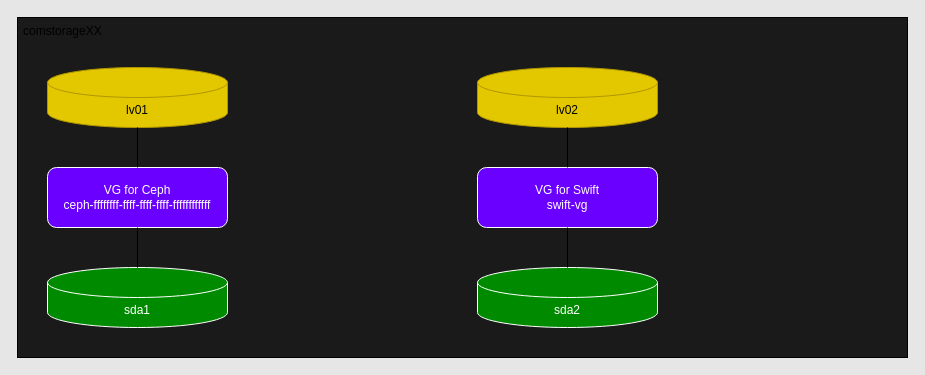
Earlier version of the draw.io diagram page "StrategyToIncreaseSizeOfDisk01" (2 of 4) of drawio/Diagrams.drawio (TsutomuNakamura/ipxe-boot). Source tidied: cells renumbered, new cells numbered last; positions are measured from the earlier drawing's top-left corner, leaving out a move shared by most shapes. Both pictures are drawn from the tidied source at 100%, with x=0, y=0 at pixel (17, 17).
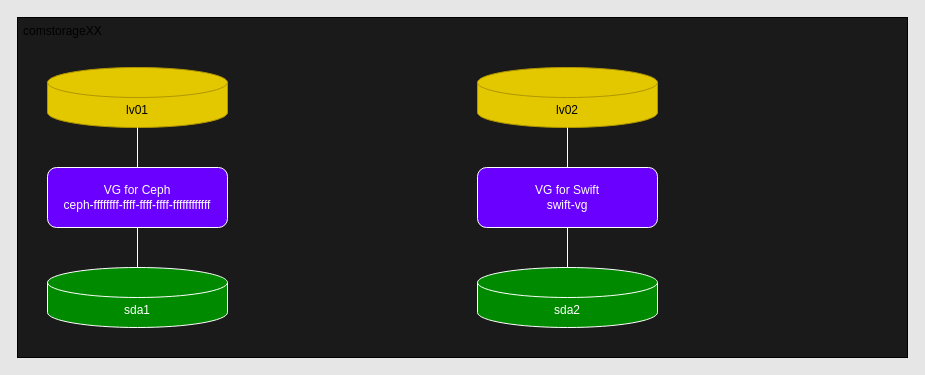
Above is the later version.

The edit, as a diff of the source:
```diff
@@
 <mxGraphModel background="#E6E6E6">
   <root>
     <mxCell id="0" />
     <mxCell id="1" parent="0" />
     <mxCell id="2" value="comstorageXX" style="rounded=0;whiteSpace=wrap;html=1;align=left;verticalAlign=top;spacingLeft=4;fillColor=#1A1A1A;" parent="1" vertex="1">
       <mxGeometry width="890" height="340" as="geometry" />
     </mxCell>
     <mxCell id="3" value="sda1" style="shape=cylinder3;whiteSpace=wrap;html=1;boundedLbl=1;backgroundOutline=1;size=15;fillColor=#008a00;fontColor=#ffffff;strokeColor=#FFFFFF;" parent="1" vertex="1">
       <mxGeometry x="30" y="250" width="180" height="60" as="geometry" />
     </mxCell>
     <mxCell id="4" value="VG for Ceph&lt;br&gt;ceph-ffffffff-ffff-ffff-ffff-ffffffffffff" style="rounded=1;whiteSpace=wrap;html=1;fillColor=#6a00ff;fontColor=#ffffff;strokeColor=#FFFFFF;" parent="1" vertex="1">
       <mxGeometry x="30" y="150" width="180" height="60" as="geometry" />
     </mxCell>
     <mxCell id="5" value="VG for Swift&lt;br&gt;swift-vg" style="rounded=1;whiteSpace=wrap;html=1;fillColor=#6a00ff;fontColor=#ffffff;strokeColor=#FFFFFF;" parent="1" vertex="1">
       <mxGeometry x="460" y="150" width="180" height="60" as="geometry" />
     </mxCell>
     <mxCell id="6" value="sda2" style="shape=cylinder3;whiteSpace=wrap;html=1;boundedLbl=1;backgroundOutline=1;size=15;fillColor=#008a00;fontColor=#ffffff;strokeColor=#FFFFFF;" parent="1" vertex="1">
       <mxGeometry x="460" y="250" width="180" height="60" as="geometry" />
     </mxCell>
     <mxCell id="7" value="lv01" style="shape=cylinder3;whiteSpace=wrap;html=1;boundedLbl=1;backgroundOutline=1;size=15;fillColor=#e3c800;fontColor=#000000;strokeColor=#B09500;" parent="1" vertex="1">
       <mxGeometry x="30" y="50" width="180" height="60" as="geometry" />
     </mxCell>
     <mxCell id="8" value="lv02" style="shape=cylinder3;whiteSpace=wrap;html=1;boundedLbl=1;backgroundOutline=1;size=15;fillColor=#e3c800;fontColor=#000000;strokeColor=#B09500;" parent="1" vertex="1">
       <mxGeometry x="460" y="50" width="180" height="60" as="geometry" />
     </mxCell>
-    <mxCell id="9" style="endArrow=none;html=1;rounded=0;entryX=0.5;entryY=1;entryDx=0;entryDy=0;labelBorderColor=default;" parent="1" edge="1" source="3" target="4">
+    <mxCell id="9" style="endArrow=none;html=1;rounded=0;entryX=0.5;entryY=1;entryDx=0;entryDy=0;labelBorderColor=default;strokeColor=#FFFFFF;" parent="1" edge="1" source="3" target="4">
       <mxGeometry relative="1" as="geometry" />
     </mxCell>
-    <mxCell id="10" style="endArrow=none;html=1;rounded=0;entryX=0.5;entryY=1;entryDx=0;entryDy=0;entryPerimeter=0;exitX=0.5;exitY=0;exitDx=0;exitDy=0;labelBorderColor=default;" parent="1" edge="1" source="4" target="7">
+    <mxCell id="10" style="endArrow=none;html=1;rounded=0;entryX=0.5;entryY=1;entryDx=0;entryDy=0;entryPerimeter=0;exitX=0.5;exitY=0;exitDx=0;exitDy=0;labelBorderColor=default;strokeColor=#FFFFFF;" parent="1" edge="1" source="4" target="7">
       <mxGeometry relative="1" as="geometry" />
     </mxCell>
-    <mxCell id="11" style="endArrow=none;html=1;rounded=0;entryX=0.5;entryY=1;entryDx=0;entryDy=0;exitX=0.5;exitY=0;exitDx=0;exitDy=0;exitPerimeter=0;labelBorderColor=default;" parent="1" edge="1" source="6" target="5">
+    <mxCell id="11" style="endArrow=none;html=1;rounded=0;entryX=0.5;entryY=1;entryDx=0;entryDy=0;exitX=0.5;exitY=0;exitDx=0;exitDy=0;exitPerimeter=0;labelBorderColor=default;strokeColor=#FFFFFF;" parent="1" edge="1" source="6" target="5">
       <mxGeometry relative="1" as="geometry" />
     </mxCell>
-    <mxCell id="12" style="endArrow=none;html=1;rounded=0;entryX=0.5;entryY=1;entryDx=0;entryDy=0;exitX=0.5;exitY=0;exitDx=0;exitDy=0;entryPerimeter=0;labelBorderColor=default;" parent="1" edge="1" source="5" target="8">
+    <mxCell id="12" style="endArrow=none;html=1;rounded=0;entryX=0.5;entryY=1;entryDx=0;entryDy=0;exitX=0.5;exitY=0;exitDx=0;exitDy=0;entryPerimeter=0;labelBorderColor=default;strokeColor=#FFFFFF;" parent="1" edge="1" source="5" target="8">
       <mxGeometry relative="1" as="geometry" />
     </mxCell>
   </root>
 </mxGraphModel>
```
